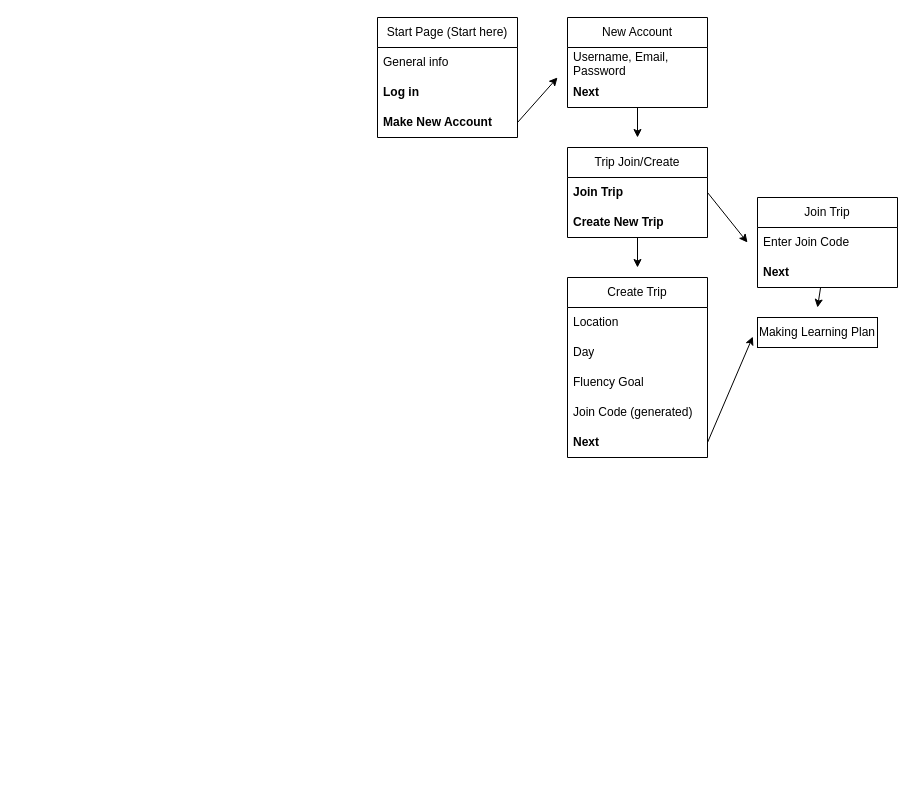
This is overview/flowchart/chart.drawio from JacobPercy/travel-web-app, a draw.io file, before an edit. Source tidied: cells renumbered, new cells numbered last; positions are measured from the earlier drawing's top-left corner, leaving out a move shared by most shapes. Both pictures are drawn from the tidied source at 100%, with x=0, y=0 at pixel (377, 17).
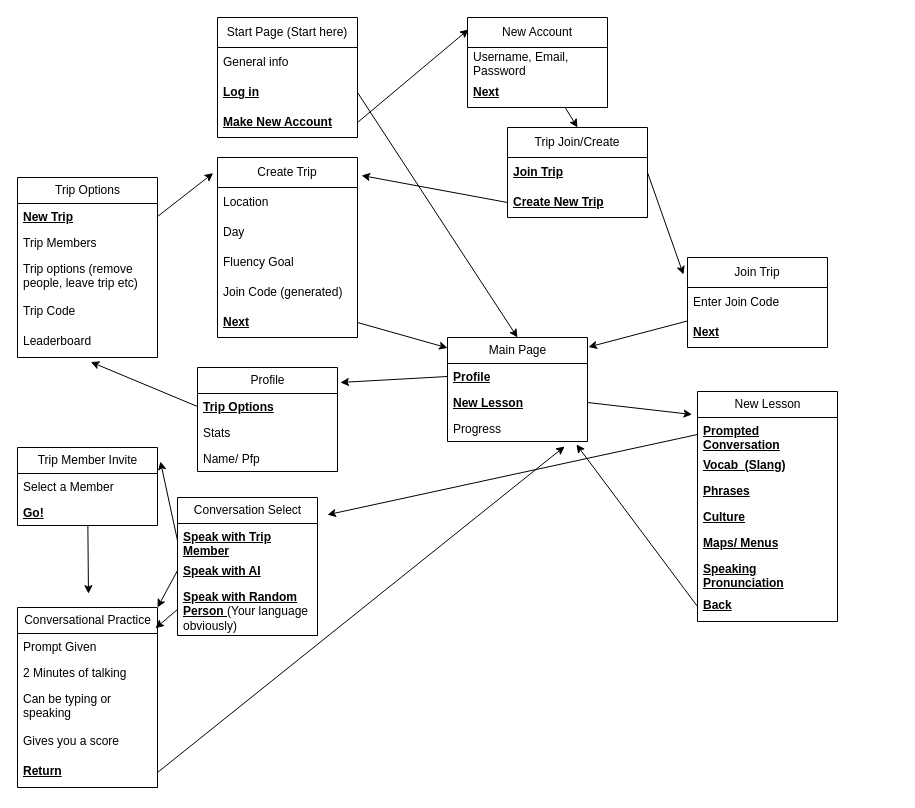
After the change.

Commit message (it also covers changes not shown here):
added placeholder in main app and updated some of the flowchart

The edit, as a diff of the source:
```diff
@@
     <mxCell id="2" value="Start Page (Start here)" style="swimlane;fontStyle=0;horizontal=1;startSize=30;whiteSpace=wrap;html=1;" parent="1" vertex="1">
-      <mxGeometry width="140" height="120" as="geometry" />
+      <mxGeometry x="-160" width="140" height="120" as="geometry" />
     </mxCell>
@@
-    <mxCell id="4" value="&lt;b&gt;Log in&lt;/b&gt;" style="text;strokeColor=none;fillColor=none;align=left;verticalAlign=middle;spacingLeft=4;spacingRight=4;overflow=hidden;points=[[0,0.5],[1,0.5]];portConstraint=eastwest;whiteSpace=wrap;html=1;" parent="2" vertex="1">
+    <mxCell id="4" value="&lt;b&gt;&lt;u&gt;Log in&lt;/u&gt;&lt;/b&gt;" style="text;strokeColor=none;fillColor=none;align=left;verticalAlign=middle;spacingLeft=4;spacingRight=4;overflow=hidden;points=[[0,0.5],[1,0.5]];portConstraint=eastwest;whiteSpace=wrap;html=1;" parent="2" vertex="1">
       <mxGeometry y="60" width="140" height="30" as="geometry" />
     </mxCell>
-    <mxCell id="5" value="&lt;b&gt;Make New Account&lt;/b&gt;" style="text;strokeColor=none;fillColor=none;align=left;verticalAlign=middle;spacingLeft=4;spacingRight=4;overflow=hidden;points=[[0,0.5],[1,0.5]];portConstraint=eastwest;whiteSpace=wrap;html=1;" parent="2" vertex="1">
+    <mxCell id="5" value="&lt;b&gt;&lt;u&gt;Make New Account&lt;/u&gt;&lt;/b&gt;" style="text;strokeColor=none;fillColor=none;align=left;verticalAlign=middle;spacingLeft=4;spacingRight=4;overflow=hidden;points=[[0,0.5],[1,0.5]];portConstraint=eastwest;whiteSpace=wrap;html=1;" parent="2" vertex="1">
       <mxGeometry y="90" width="140" height="30" as="geometry" />
     </mxCell>
-    <mxCell id="6" style="edgeStyle=none;html=1;exitX=1;exitY=0.5;exitDx=0;exitDy=0;" parent="1" edge="1" source="5">
-      <mxGeometry relative="1" as="geometry">
-        <mxPoint x="180" y="60" as="targetPoint" />
-      </mxGeometry>
+    <mxCell id="6" style="edgeStyle=none;html=1;exitX=1;exitY=0.5;exitDx=0;exitDy=0;entryX=0.007;entryY=0.133;entryDx=0;entryDy=0;entryPerimeter=0;" parent="1" edge="1" source="5" target="8">
+      <mxGeometry relative="1" as="geometry" />
     </mxCell>
-    <mxCell id="7" style="edgeStyle=none;html=1;" parent="1" edge="1" source="8">
-      <mxGeometry relative="1" as="geometry">
-        <mxPoint x="260" y="120" as="targetPoint" />
-      </mxGeometry>
+    <mxCell id="7" style="edgeStyle=none;html=1;entryX=0.5;entryY=0;entryDx=0;entryDy=0;" parent="1" edge="1" source="8" target="12">
+      <mxGeometry relative="1" as="geometry" />
     </mxCell>
     <mxCell id="8" value="New Account" style="swimlane;fontStyle=0;horizontal=1;startSize=30;whiteSpace=wrap;html=1;" parent="1" vertex="1">
-      <mxGeometry x="190" width="140" height="90" as="geometry" />
+      <mxGeometry x="90" width="140" height="90" as="geometry" />
     </mxCell>
@@
-    <mxCell id="10" value="&lt;b&gt;Next&lt;/b&gt;" style="text;strokeColor=none;fillColor=none;align=left;verticalAlign=middle;spacingLeft=4;spacingRight=4;overflow=hidden;whiteSpace=wrap;html=1;" parent="8" vertex="1">
+    <mxCell id="10" value="&lt;b&gt;&lt;u&gt;Next&lt;/u&gt;&lt;/b&gt;" style="text;strokeColor=none;fillColor=none;align=left;verticalAlign=middle;spacingLeft=4;spacingRight=4;overflow=hidden;whiteSpace=wrap;html=1;" parent="8" vertex="1">
       <mxGeometry y="60" width="140" height="30" as="geometry" />
     </mxCell>
-    <mxCell id="11" style="edgeStyle=none;html=1;" parent="1" edge="1" source="12">
-      <mxGeometry relative="1" as="geometry">
-        <mxPoint x="260" y="250" as="targetPoint" />
-      </mxGeometry>
+    <mxCell id="11" style="edgeStyle=none;html=1;entryX=1.029;entryY=0.1;entryDx=0;entryDy=0;entryPerimeter=0;exitX=0;exitY=0.5;exitDx=0;exitDy=0;" parent="1" edge="1" source="14" target="20">
+      <mxGeometry relative="1" as="geometry" />
     </mxCell>
     <mxCell id="12" value="Trip Join/Create" style="swimlane;fontStyle=0;horizontal=1;startSize=30;whiteSpace=wrap;html=1;" parent="1" vertex="1">
-      <mxGeometry x="190" y="130" width="140" height="90" as="geometry" />
+      <mxGeometry x="130" y="110" width="140" height="90" as="geometry" />
     </mxCell>
-    <mxCell id="13" value="&lt;b&gt;Join Trip&lt;/b&gt;" style="text;strokeColor=none;fillColor=none;align=left;verticalAlign=middle;spacingLeft=4;spacingRight=4;overflow=hidden;points=[[0,0.5],[1,0.5]];portConstraint=eastwest;whiteSpace=wrap;html=1;" parent="12" vertex="1">
+    <mxCell id="13" value="&lt;b&gt;&lt;u&gt;Join Trip&lt;/u&gt;&lt;/b&gt;" style="text;strokeColor=none;fillColor=none;align=left;verticalAlign=middle;spacingLeft=4;spacingRight=4;overflow=hidden;points=[[0,0.5],[1,0.5]];portConstraint=eastwest;whiteSpace=wrap;html=1;" parent="12" vertex="1">
       <mxGeometry y="30" width="140" height="30" as="geometry" />
     </mxCell>
-    <mxCell id="14" value="&lt;b&gt;Create New Trip&lt;/b&gt;" style="text;strokeColor=none;fillColor=none;align=left;verticalAlign=middle;spacingLeft=4;spacingRight=4;overflow=hidden;points=[[0,0.5],[1,0.5]];portConstraint=eastwest;whiteSpace=wrap;html=1;" parent="12" vertex="1">
+    <mxCell id="14" value="&lt;b&gt;&lt;u&gt;Create New Trip&lt;/u&gt;&lt;/b&gt;" style="text;strokeColor=none;fillColor=none;align=left;verticalAlign=middle;spacingLeft=4;spacingRight=4;overflow=hidden;points=[[0,0.5],[1,0.5]];portConstraint=eastwest;whiteSpace=wrap;html=1;" parent="12" vertex="1">
       <mxGeometry y="60" width="140" height="30" as="geometry" />
     </mxCell>
-    <mxCell id="15" style="edgeStyle=none;html=1;exitX=1;exitY=0.5;exitDx=0;exitDy=0;" parent="1" edge="1" source="13">
-      <mxGeometry relative="1" as="geometry">
-        <mxPoint x="370" y="225" as="targetPoint" />
-      </mxGeometry>
+    <mxCell id="15" style="edgeStyle=none;html=1;exitX=1;exitY=0.5;exitDx=0;exitDy=0;entryX=-0.029;entryY=0.189;entryDx=0;entryDy=0;entryPerimeter=0;" parent="1" edge="1" source="13" target="17">
+      <mxGeometry relative="1" as="geometry" />
     </mxCell>
-    <mxCell id="16" style="edgeStyle=none;html=1;" parent="1" edge="1" source="17">
-      <mxGeometry relative="1" as="geometry">
-        <mxPoint x="440" y="290" as="targetPoint" />
-      </mxGeometry>
+    <mxCell id="16" style="edgeStyle=none;html=1;entryX=1.007;entryY=0.092;entryDx=0;entryDy=0;entryPerimeter=0;" parent="1" edge="1" source="17" target="28">
+      <mxGeometry relative="1" as="geometry" />
     </mxCell>
     <mxCell id="17" value="Join Trip" style="swimlane;fontStyle=0;horizontal=1;startSize=30;whiteSpace=wrap;html=1;" parent="1" vertex="1">
-      <mxGeometry x="380" y="180" width="140" height="90" as="geometry" />
+      <mxGeometry x="310" y="240" width="140" height="90" as="geometry" />
     </mxCell>
@@
-    <mxCell id="19" value="&lt;b&gt;Next&lt;/b&gt;" style="text;strokeColor=none;fillColor=none;align=left;verticalAlign=middle;spacingLeft=4;spacingRight=4;overflow=hidden;whiteSpace=wrap;html=1;" parent="17" vertex="1">
+    <mxCell id="19" value="&lt;b&gt;&lt;u&gt;Next&lt;/u&gt;&lt;/b&gt;" style="text;strokeColor=none;fillColor=none;align=left;verticalAlign=middle;spacingLeft=4;spacingRight=4;overflow=hidden;whiteSpace=wrap;html=1;" parent="17" vertex="1">
       <mxGeometry y="60" width="140" height="30" as="geometry" />
     </mxCell>
     <mxCell id="20" value="Create Trip" style="swimlane;fontStyle=0;horizontal=1;startSize=30;whiteSpace=wrap;html=1;swimlaneLine=1;" parent="1" vertex="1">
-      <mxGeometry x="190" y="260" width="140" height="180" as="geometry" />
+      <mxGeometry x="-160" y="140" width="140" height="180" as="geometry" />
     </mxCell>
@@
-    <mxCell id="25" value="&lt;b&gt;Next&lt;/b&gt;" style="text;strokeColor=none;fillColor=none;align=left;verticalAlign=middle;spacingLeft=4;spacingRight=4;overflow=hidden;points=[[0,0.5],[1,0.5]];portConstraint=eastwest;whiteSpace=wrap;html=1;" parent="20" vertex="1">
+    <mxCell id="25" value="&lt;b&gt;&lt;u&gt;Next&lt;/u&gt;&lt;/b&gt;" style="text;strokeColor=none;fillColor=none;align=left;verticalAlign=middle;spacingLeft=4;spacingRight=4;overflow=hidden;points=[[0,0.5],[1,0.5]];portConstraint=eastwest;whiteSpace=wrap;html=1;" parent="20" vertex="1">
       <mxGeometry y="150" width="140" height="30" as="geometry" />
     </mxCell>
-    <mxCell id="26" value="Making Learning Plan" style="rounded=0;whiteSpace=wrap;html=1;" parent="1" vertex="1">
-      <mxGeometry x="380" y="300" width="120" height="30" as="geometry" />
-    </mxCell>
-    <mxCell id="27" style="edgeStyle=none;html=1;entryX=-0.039;entryY=0.637;entryDx=0;entryDy=0;entryPerimeter=0;exitX=1;exitY=0.5;exitDx=0;exitDy=0;" parent="1" edge="1" source="25" target="26">
-      <mxGeometry relative="1" as="geometry" />
-    </mxCell>
+    <mxCell id="28" value="Main Page" style="swimlane;fontStyle=0;horizontal=1;startSize=26;fillColor=none;html=1;" parent="1" vertex="1">
+      <mxGeometry x="70" y="320" width="140" height="104" as="geometry" />
+    </mxCell>
+    <mxCell id="29" value="&lt;b&gt;&lt;u&gt;Profile&lt;/u&gt;&lt;/b&gt;" style="text;strokeColor=none;fillColor=none;align=left;verticalAlign=top;spacingLeft=4;spacingRight=4;overflow=hidden;points=[[0,0.5],[1,0.5]];portConstraint=eastwest;whiteSpace=wrap;html=1;" parent="28" vertex="1">
+      <mxGeometry y="26" width="140" height="26" as="geometry" />
+    </mxCell>
+    <mxCell id="30" value="&lt;b&gt;&lt;u&gt;New Lesson&lt;/u&gt;&lt;/b&gt;" style="text;strokeColor=none;fillColor=none;align=left;verticalAlign=top;spacingLeft=4;spacingRight=4;overflow=hidden;points=[[0,0.5],[1,0.5]];portConstraint=eastwest;whiteSpace=wrap;html=1;" parent="28" vertex="1">
+      <mxGeometry y="52" width="140" height="26" as="geometry" />
+    </mxCell>
+    <mxCell id="31" value="Progress" style="text;strokeColor=none;fillColor=none;align=left;verticalAlign=top;spacingLeft=4;spacingRight=4;overflow=hidden;points=[[0,0.5],[1,0.5]];portConstraint=eastwest;whiteSpace=wrap;html=1;" parent="28" vertex="1">
+      <mxGeometry y="78" width="140" height="26" as="geometry" />
+    </mxCell>
+    <mxCell id="32" style="edgeStyle=none;html=1;entryX=0;entryY=0.1;entryDx=0;entryDy=0;entryPerimeter=0;exitX=1;exitY=0.5;exitDx=0;exitDy=0;" parent="1" edge="1" source="25" target="28">
+      <mxGeometry relative="1" as="geometry" />
+    </mxCell>
+    <mxCell id="33" value="Profile" style="swimlane;fontStyle=0;horizontal=1;startSize=26;fillColor=none;html=1;" parent="1" vertex="1">
+      <mxGeometry x="-180" y="350" width="140" height="104" as="geometry" />
+    </mxCell>
+    <mxCell id="34" value="&lt;b&gt;&lt;u&gt;Trip Options&lt;/u&gt;&lt;/b&gt;" style="text;strokeColor=none;fillColor=none;align=left;verticalAlign=top;spacingLeft=4;spacingRight=4;overflow=hidden;points=[[0,0.5],[1,0.5]];portConstraint=eastwest;whiteSpace=wrap;html=1;" parent="33" vertex="1">
+      <mxGeometry y="26" width="140" height="26" as="geometry" />
+    </mxCell>
+    <mxCell id="35" value="Stats" style="text;strokeColor=none;fillColor=none;align=left;verticalAlign=top;spacingLeft=4;spacingRight=4;overflow=hidden;whiteSpace=wrap;html=1;" parent="33" vertex="1">
+      <mxGeometry y="52" width="140" height="26" as="geometry" />
+    </mxCell>
+    <mxCell id="36" value="Name/ Pfp" style="text;strokeColor=none;fillColor=none;align=left;verticalAlign=top;spacingLeft=4;spacingRight=4;overflow=hidden;whiteSpace=wrap;html=1;" parent="33" vertex="1">
+      <mxGeometry y="78" width="140" height="26" as="geometry" />
+    </mxCell>
+    <mxCell id="37" style="edgeStyle=none;html=1;entryX=1.021;entryY=0.144;entryDx=0;entryDy=0;entryPerimeter=0;exitX=0;exitY=0.5;exitDx=0;exitDy=0;" parent="1" edge="1" source="29" target="33">
+      <mxGeometry relative="1" as="geometry" />
+    </mxCell>
+    <mxCell id="38" value="Trip Options" style="swimlane;fontStyle=0;horizontal=1;startSize=26;fillColor=none;html=1;" parent="1" vertex="1">
+      <mxGeometry x="-360" y="160" width="140" height="180" as="geometry" />
+    </mxCell>
+    <mxCell id="39" value="&lt;b&gt;&lt;u&gt;New Trip&lt;/u&gt;&lt;/b&gt;" style="text;strokeColor=none;fillColor=none;align=left;verticalAlign=top;spacingLeft=4;spacingRight=4;overflow=hidden;points=[[0,0.5],[1,0.5]];portConstraint=eastwest;whiteSpace=wrap;html=1;" parent="38" vertex="1">
+      <mxGeometry y="26" width="140" height="26" as="geometry" />
+    </mxCell>
+    <mxCell id="40" value="Trip Members" style="text;strokeColor=none;fillColor=none;align=left;verticalAlign=top;spacingLeft=4;spacingRight=4;overflow=hidden;whiteSpace=wrap;html=1;" parent="38" vertex="1">
+      <mxGeometry y="52" width="140" height="26" as="geometry" />
+    </mxCell>
+    <mxCell id="41" value="Trip options (remove people, leave trip etc)" style="text;strokeColor=none;fillColor=none;align=left;verticalAlign=top;spacingLeft=4;spacingRight=4;overflow=hidden;whiteSpace=wrap;html=1;" parent="38" vertex="1">
+      <mxGeometry y="78" width="140" height="42" as="geometry" />
+    </mxCell>
+    <mxCell id="42" value="Trip Code" style="text;strokeColor=none;fillColor=none;align=left;verticalAlign=top;spacingLeft=4;spacingRight=4;overflow=hidden;whiteSpace=wrap;html=1;" parent="38" vertex="1">
+      <mxGeometry y="120" width="140" height="30" as="geometry" />
+    </mxCell>
+    <mxCell id="43" value="Leaderboard" style="text;strokeColor=none;fillColor=none;align=left;verticalAlign=top;spacingLeft=4;spacingRight=4;overflow=hidden;points=[[0,0.5],[1,0.5]];portConstraint=eastwest;whiteSpace=wrap;html=1;" parent="38" vertex="1">
+      <mxGeometry y="150" width="140" height="30" as="geometry" />
+    </mxCell>
+    <mxCell id="44" style="edgeStyle=none;html=1;entryX=0.524;entryY=1.151;entryDx=0;entryDy=0;entryPerimeter=0;exitX=0;exitY=0.5;exitDx=0;exitDy=0;" parent="1" edge="1" source="34" target="43">
+      <mxGeometry relative="1" as="geometry" />
+    </mxCell>
+    <mxCell id="45" style="edgeStyle=none;html=1;entryX=-0.031;entryY=0.087;entryDx=0;entryDy=0;entryPerimeter=0;exitX=1;exitY=0.5;exitDx=0;exitDy=0;" parent="1" edge="1" source="39" target="20">
+      <mxGeometry relative="1" as="geometry" />
+    </mxCell>
+    <mxCell id="46" style="edgeStyle=none;html=1;entryX=0.5;entryY=0;entryDx=0;entryDy=0;exitX=1;exitY=0.5;exitDx=0;exitDy=0;" parent="1" edge="1" source="4" target="28">
+      <mxGeometry relative="1" as="geometry" />
+    </mxCell>
+    <mxCell id="47" style="edgeStyle=none;html=1;exitX=1;exitY=0.5;exitDx=0;exitDy=0;entryX=-0.039;entryY=0.1;entryDx=0;entryDy=0;entryPerimeter=0;" parent="1" edge="1" source="30" target="48">
+      <mxGeometry relative="1" as="geometry" />
+    </mxCell>
+    <mxCell id="48" value="New Lesson" style="swimlane;fontStyle=0;horizontal=1;startSize=26;fillColor=none;html=1;" parent="1" vertex="1">
+      <mxGeometry x="320" y="374" width="140" height="230" as="geometry" />
+    </mxCell>
+    <mxCell id="49" value="&lt;b&gt;&lt;u&gt;Prompted Conversation&lt;/u&gt;&lt;/b&gt;" style="text;strokeColor=none;fillColor=none;align=left;verticalAlign=top;spacingLeft=4;spacingRight=4;overflow=hidden;points=[[0,0.5],[1,0.5]];portConstraint=eastwest;whiteSpace=wrap;html=1;" parent="48" vertex="1">
+      <mxGeometry y="26" width="140" height="34" as="geometry" />
+    </mxCell>
+    <mxCell id="50" value="&lt;b&gt;&lt;u&gt;Vocab&amp;nbsp; (Slang)&lt;/u&gt;&lt;/b&gt;" style="text;strokeColor=none;fillColor=none;align=left;verticalAlign=top;spacingLeft=4;spacingRight=4;overflow=hidden;whiteSpace=wrap;html=1;" parent="48" vertex="1">
+      <mxGeometry y="60" width="140" height="26" as="geometry" />
+    </mxCell>
+    <mxCell id="51" value="&lt;b&gt;&lt;u&gt;Phrases&lt;/u&gt;&lt;/b&gt;" style="text;strokeColor=none;fillColor=none;align=left;verticalAlign=top;spacingLeft=4;spacingRight=4;overflow=hidden;whiteSpace=wrap;html=1;" parent="48" vertex="1">
+      <mxGeometry y="86" width="140" height="26" as="geometry" />
+    </mxCell>
+    <mxCell id="52" value="&lt;b&gt;&lt;u&gt;Culture&lt;/u&gt;&lt;/b&gt;" style="text;strokeColor=none;fillColor=none;align=left;verticalAlign=top;spacingLeft=4;spacingRight=4;overflow=hidden;whiteSpace=wrap;html=1;" parent="48" vertex="1">
+      <mxGeometry y="112" width="140" height="26" as="geometry" />
+    </mxCell>
+    <mxCell id="53" value="&lt;b&gt;&lt;u&gt;Maps/ Menus&lt;/u&gt;&lt;/b&gt;" style="text;strokeColor=none;fillColor=none;align=left;verticalAlign=top;spacingLeft=4;spacingRight=4;overflow=hidden;whiteSpace=wrap;html=1;" parent="48" vertex="1">
+      <mxGeometry y="138" width="140" height="26" as="geometry" />
+    </mxCell>
+    <mxCell id="54" value="&lt;b&gt;&lt;u&gt;Speaking Pronunciation&lt;/u&gt;&lt;/b&gt;" style="text;strokeColor=none;fillColor=none;align=left;verticalAlign=top;spacingLeft=4;spacingRight=4;overflow=hidden;whiteSpace=wrap;html=1;" parent="48" vertex="1">
+      <mxGeometry y="164" width="140" height="36" as="geometry" />
+    </mxCell>
+    <mxCell id="55" value="&lt;b&gt;&lt;u&gt;Back&lt;/u&gt;&lt;/b&gt;" style="text;strokeColor=none;fillColor=none;align=left;verticalAlign=top;spacingLeft=4;spacingRight=4;overflow=hidden;points=[[0,0.5],[1,0.5]];portConstraint=eastwest;whiteSpace=wrap;html=1;" parent="48" vertex="1">
+      <mxGeometry y="200" width="140" height="30" as="geometry" />
+    </mxCell>
+    <mxCell id="56" value="Conversation Select" style="swimlane;fontStyle=0;horizontal=1;startSize=26;fillColor=none;html=1;" parent="1" vertex="1">
+      <mxGeometry x="-200" y="480" width="140" height="138" as="geometry" />
+    </mxCell>
+    <mxCell id="57" value="&lt;b&gt;&lt;u&gt;Speak with Trip Member&lt;/u&gt;&lt;/b&gt;" style="text;strokeColor=none;fillColor=none;align=left;verticalAlign=top;spacingLeft=4;spacingRight=4;overflow=hidden;points=[[0,0.5],[1,0.5]];portConstraint=eastwest;whiteSpace=wrap;html=1;" parent="56" vertex="1">
+      <mxGeometry y="26" width="140" height="34" as="geometry" />
+    </mxCell>
+    <mxCell id="58" value="&lt;b&gt;&lt;u&gt;Speak with AI&lt;/u&gt;&lt;/b&gt;" style="text;strokeColor=none;fillColor=none;align=left;verticalAlign=top;spacingLeft=4;spacingRight=4;overflow=hidden;points=[[0,0.5],[1,0.5]];portConstraint=eastwest;whiteSpace=wrap;html=1;" parent="56" vertex="1">
+      <mxGeometry y="60" width="140" height="26" as="geometry" />
+    </mxCell>
+    <mxCell id="59" value="&lt;b style=&quot;text-decoration-line: underline;&quot;&gt;Speak with Random Person &lt;/b&gt;(Your language obviously)" style="text;strokeColor=none;fillColor=none;align=left;verticalAlign=top;spacingLeft=4;spacingRight=4;overflow=hidden;points=[[0,0.5],[1,0.5]];portConstraint=eastwest;whiteSpace=wrap;html=1;" parent="56" vertex="1">
+      <mxGeometry y="86" width="140" height="52" as="geometry" />
+    </mxCell>
+    <mxCell id="60" style="edgeStyle=none;html=1;entryX=1.071;entryY=0.125;entryDx=0;entryDy=0;entryPerimeter=0;exitX=0;exitY=0.5;exitDx=0;exitDy=0;" parent="1" edge="1" source="49" target="56">
+      <mxGeometry relative="1" as="geometry" />
+    </mxCell>
+    <mxCell id="61" style="edgeStyle=none;html=1;entryX=0.507;entryY=-0.077;entryDx=0;entryDy=0;entryPerimeter=0;" parent="1" edge="1" source="62" target="66">
+      <mxGeometry relative="1" as="geometry" />
+    </mxCell>
+    <mxCell id="62" value="Trip Member Invite" style="swimlane;fontStyle=0;horizontal=1;startSize=26;fillColor=none;html=1;" parent="1" vertex="1">
+      <mxGeometry x="-360" y="430" width="140" height="78" as="geometry" />
+    </mxCell>
+    <mxCell id="63" value="Select a Member" style="text;strokeColor=none;fillColor=none;align=left;verticalAlign=top;spacingLeft=4;spacingRight=4;overflow=hidden;whiteSpace=wrap;html=1;" parent="62" vertex="1">
+      <mxGeometry y="26" width="140" height="26" as="geometry" />
+    </mxCell>
+    <mxCell id="64" value="&lt;b&gt;&lt;u&gt;Go!&lt;/u&gt;&lt;/b&gt;" style="text;strokeColor=none;fillColor=none;align=left;verticalAlign=top;spacingLeft=4;spacingRight=4;overflow=hidden;whiteSpace=wrap;html=1;" parent="62" vertex="1">
+      <mxGeometry y="52" width="140" height="26" as="geometry" />
+    </mxCell>
+    <mxCell id="65" style="edgeStyle=none;html=1;entryX=1.021;entryY=0.179;entryDx=0;entryDy=0;entryPerimeter=0;exitX=0;exitY=0.5;exitDx=0;exitDy=0;" parent="1" edge="1" source="57" target="62">
+      <mxGeometry relative="1" as="geometry" />
+    </mxCell>
+    <mxCell id="66" value="Conversational Practice" style="swimlane;fontStyle=0;horizontal=1;startSize=26;fillColor=none;html=1;" parent="1" vertex="1">
+      <mxGeometry x="-360" y="590" width="140" height="180" as="geometry" />
+    </mxCell>
+    <mxCell id="67" value="Prompt Given" style="text;strokeColor=none;fillColor=none;align=left;verticalAlign=top;spacingLeft=4;spacingRight=4;overflow=hidden;whiteSpace=wrap;html=1;" parent="66" vertex="1">
+      <mxGeometry y="26" width="140" height="26" as="geometry" />
+    </mxCell>
+    <mxCell id="68" value="2 Minutes of talking" style="text;strokeColor=none;fillColor=none;align=left;verticalAlign=top;spacingLeft=4;spacingRight=4;overflow=hidden;whiteSpace=wrap;html=1;" parent="66" vertex="1">
+      <mxGeometry y="52" width="140" height="26" as="geometry" />
+    </mxCell>
+    <mxCell id="69" value="Can be typing or speaking" style="text;strokeColor=none;fillColor=none;align=left;verticalAlign=top;spacingLeft=4;spacingRight=4;overflow=hidden;whiteSpace=wrap;html=1;" parent="66" vertex="1">
+      <mxGeometry y="78" width="140" height="42" as="geometry" />
+    </mxCell>
+    <mxCell id="70" value="Gives you a score" style="text;strokeColor=none;fillColor=none;align=left;verticalAlign=top;spacingLeft=4;spacingRight=4;overflow=hidden;whiteSpace=wrap;html=1;" parent="66" vertex="1">
+      <mxGeometry y="120" width="140" height="30" as="geometry" />
+    </mxCell>
+    <mxCell id="71" value="&lt;b&gt;&lt;u&gt;Return&lt;/u&gt;&lt;/b&gt;" style="text;strokeColor=none;fillColor=none;align=left;verticalAlign=top;spacingLeft=4;spacingRight=4;overflow=hidden;points=[[0,0.5],[1,0.5]];portConstraint=eastwest;whiteSpace=wrap;html=1;" parent="66" vertex="1">
+      <mxGeometry y="150" width="140" height="30" as="geometry" />
+    </mxCell>
+    <mxCell id="72" style="edgeStyle=none;html=1;entryX=1;entryY=0;entryDx=0;entryDy=0;exitX=0;exitY=0.5;exitDx=0;exitDy=0;" parent="1" edge="1" source="58" target="66">
+      <mxGeometry relative="1" as="geometry" />
+    </mxCell>
+    <mxCell id="73" style="edgeStyle=none;html=1;entryX=0.986;entryY=0.115;entryDx=0;entryDy=0;entryPerimeter=0;exitX=0;exitY=0.5;exitDx=0;exitDy=0;" parent="1" edge="1" source="59" target="66">
+      <mxGeometry relative="1" as="geometry" />
+    </mxCell>
+    <mxCell id="74" style="edgeStyle=none;html=1;entryX=0.921;entryY=1.115;entryDx=0;entryDy=0;entryPerimeter=0;exitX=0;exitY=0.5;exitDx=0;exitDy=0;" parent="1" edge="1" source="55" target="31">
+      <mxGeometry relative="1" as="geometry" />
+    </mxCell>
+    <mxCell id="75" style="edgeStyle=none;html=1;exitX=1;exitY=0.5;exitDx=0;exitDy=0;entryX=0.836;entryY=1.192;entryDx=0;entryDy=0;entryPerimeter=0;" parent="1" edge="1" source="71" target="31">
+      <mxGeometry relative="1" as="geometry" />
+    </mxCell>
```
